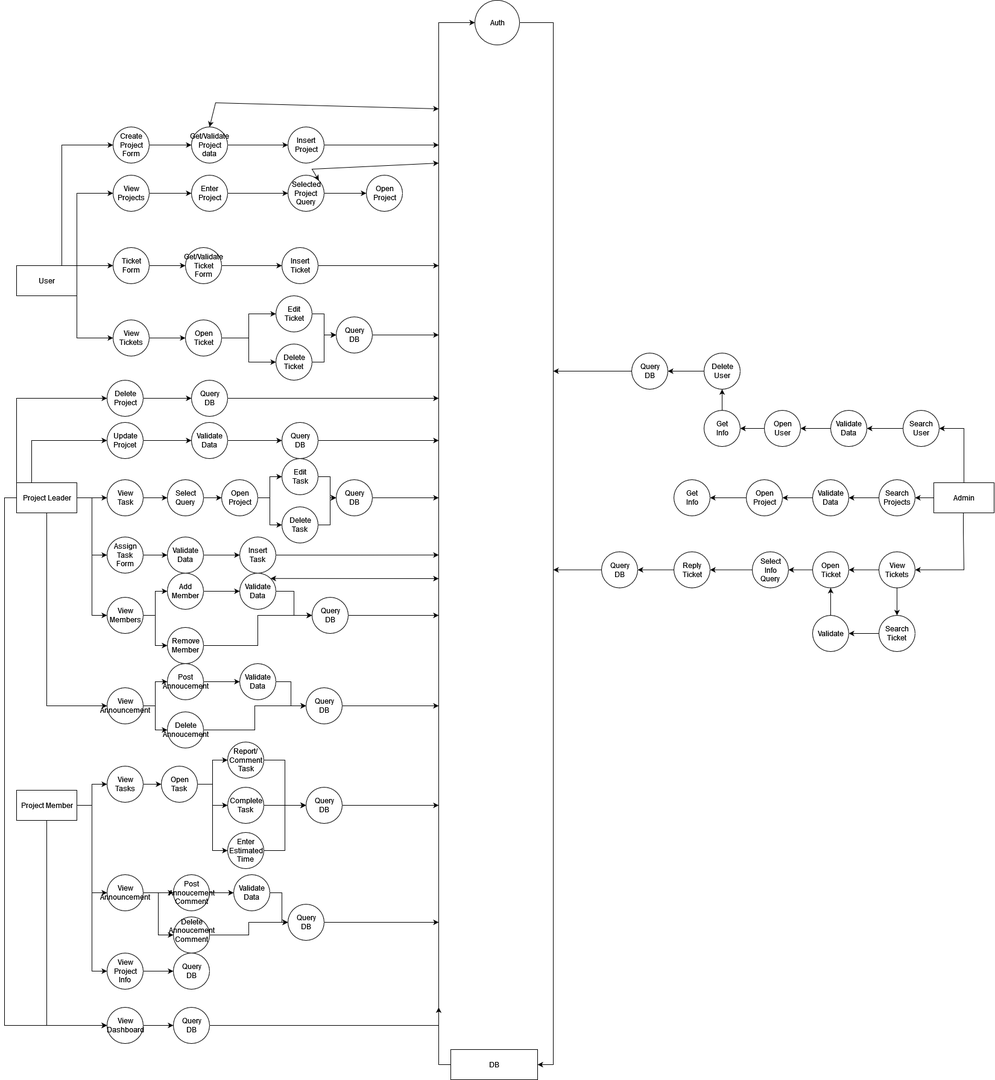
Before: Diagrams/Data Flow Diagrams/DFD-level2.png, a diagram exported from draw.io (KevinHoxhalli/Group4). Source tidied: cells renumbered, new cells last; positions are measured from the earlier drawing's top-left corner, leaving out a move shared by most shapes.
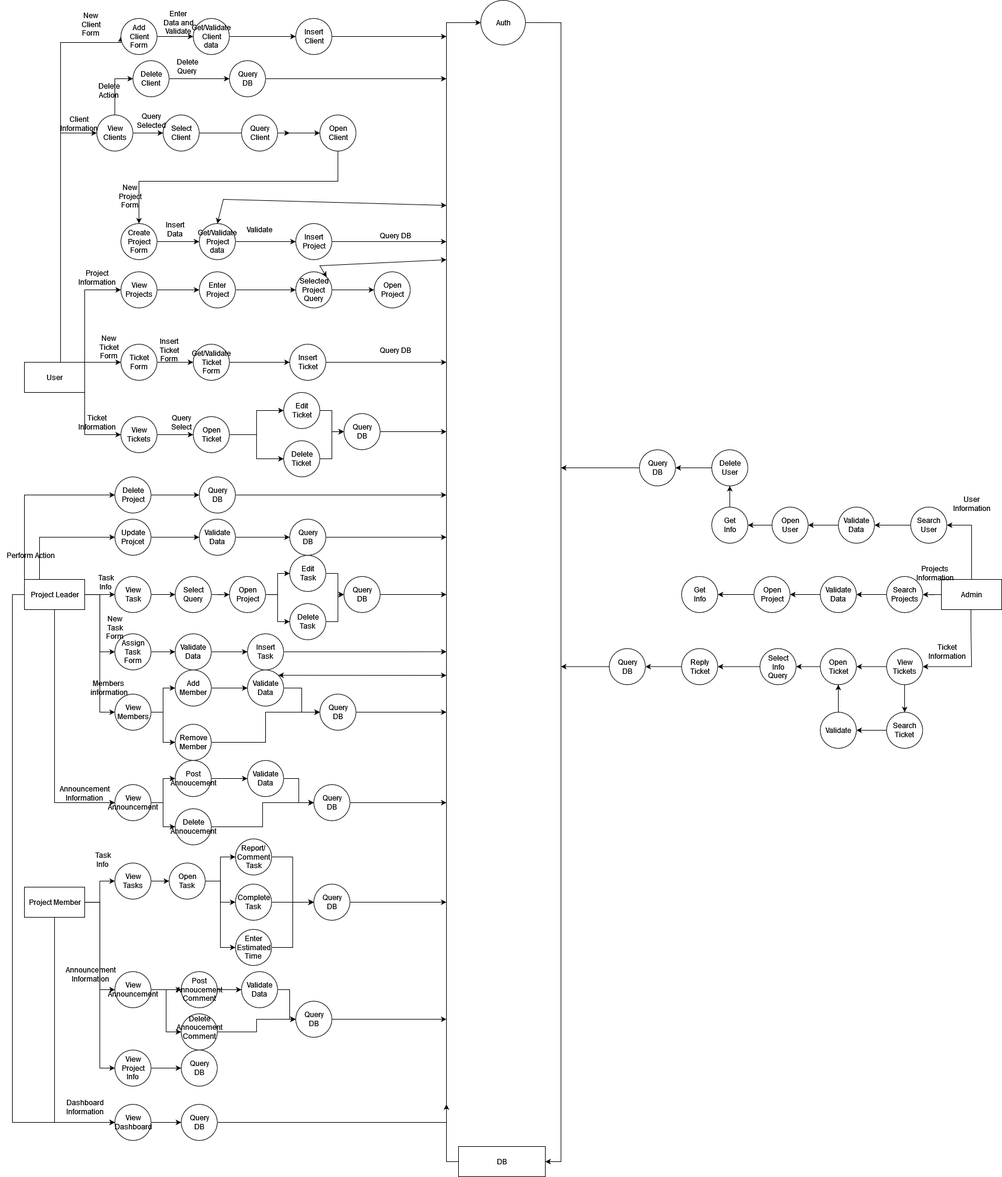
The same file after the commit.

Change to the diagram source:
```diff
@@ -53,6 +53,21 @@
     <mxCell id="12" style="edgeStyle=orthogonalEdgeStyle;rounded=0;jettySize=auto;html=1;exitX=1;exitY=1;exitDx=0;exitDy=0;entryX=0;entryY=0.5;entryDx=0;entryDy=0;" parent="1" edge="1" source="13" target="35">
       <mxGeometry relative="1" as="geometry" />
     </mxCell>
+    <mxCell id="178" style="edgeStyle=orthogonalEdgeStyle;rounded=0;jettySize=auto;html=1;entryX=0;entryY=0.5;entryDx=0;entryDy=0;" parent="1" edge="1" source="13" target="181">
+      <mxGeometry relative="1" as="geometry">
+        <Array as="points">
+          <mxPoint x="80" y="-90" />
+          <mxPoint x="180" y="-90" />
+        </Array>
+      </mxGeometry>
+    </mxCell>
+    <mxCell id="179" style="edgeStyle=orthogonalEdgeStyle;rounded=0;jettySize=auto;html=1;entryX=0;entryY=0.5;entryDx=0;entryDy=0;" parent="1" edge="1" source="13" target="188">
+      <mxGeometry relative="1" as="geometry">
+        <Array as="points">
+          <mxPoint x="80" y="60" />
+        </Array>
+      </mxGeometry>
+    </mxCell>
     <mxCell id="13" value="User" style="html=1;dashed=0;whitespace=wrap;" parent="1" vertex="1">
       <mxGeometry x="20" y="440" width="100" height="50" as="geometry" />
     </mxCell>
@@ -96,7 +111,7 @@
       <mxGeometry relative="1" as="geometry">
         <Array as="points">
           <mxPoint x="720" y="1765" />
-          <mxPoint x="720" y="37" />
+          <mxPoint x="720" y="-123" />
         </Array>
       </mxGeometry>
     </mxCell>
@@ -106,13 +121,13 @@
     <mxCell id="25" style="edgeStyle=orthogonalEdgeStyle;rounded=0;jettySize=auto;html=1;exitX=1;exitY=0.5;exitDx=0;exitDy=0;entryX=1;entryY=0.5;entryDx=0;entryDy=0;" parent="1" edge="1" source="26" target="24">
       <mxGeometry relative="1" as="geometry">
         <Array as="points">
-          <mxPoint x="910" y="37" />
+          <mxPoint x="910" y="-123" />
           <mxPoint x="910" y="1765" />
         </Array>
       </mxGeometry>
     </mxCell>
     <mxCell id="26" value="Auth" style="shape=ellipse;html=1;dashed=0;whitespace=wrap;perimeter=ellipsePerimeter;" parent="1" vertex="1">
-      <mxGeometry x="780" width="74" height="74" as="geometry" />
+      <mxGeometry x="777" y="-160" width="74" height="74" as="geometry" />
     </mxCell>
     <mxCell id="27" style="edgeStyle=orthogonalEdgeStyle;rounded=0;jettySize=auto;html=1;" parent="1" edge="1" source="28" target="43">
       <mxGeometry relative="1" as="geometry" />
@@ -120,13 +135,6 @@
     <mxCell id="28" value="&lt;div&gt;Create&lt;/div&gt;&lt;div&gt;Project&lt;br&gt;&lt;/div&gt;&lt;div&gt;Form&lt;br&gt;&lt;/div&gt;" style="shape=ellipse;html=1;dashed=0;whitespace=wrap;perimeter=ellipsePerimeter;" parent="1" vertex="1">
       <mxGeometry x="180" y="210" width="60" height="60" as="geometry" />
     </mxCell>
-    <mxCell id="29" style="endArrow=classic;html=1;rounded=0;exitX=0.75;exitY=0;exitDx=0;exitDy=0;entryX=0;entryY=0.5;entryDx=0;entryDy=0;" parent="1" edge="1" source="13" target="28">
-      <mxGeometry relative="1" as="geometry">
-        <Array as="points">
-          <mxPoint x="95" y="240" />
-        </Array>
-      </mxGeometry>
-    </mxCell>
     <mxCell id="30" style="edgeStyle=orthogonalEdgeStyle;rounded=0;jettySize=auto;html=1;entryX=0;entryY=0.5;entryDx=0;entryDy=0;" parent="1" edge="1" source="31" target="37">
       <mxGeometry relative="1" as="geometry" />
     </mxCell>
@@ -616,5 +624,157 @@
     <mxCell id="177" value="&lt;div&gt;Query&lt;/div&gt;&lt;div&gt;DB&lt;br&gt;&lt;/div&gt;" style="shape=ellipse;html=1;dashed=0;whitespace=wrap;perimeter=ellipsePerimeter;" parent="1" vertex="1">
       <mxGeometry x="990" y="914.5" width="60" height="60" as="geometry" />
     </mxCell>
+    <mxCell id="180" style="edgeStyle=orthogonalEdgeStyle;rounded=0;jettySize=auto;html=1;" parent="1" edge="1" source="181" target="183">
+      <mxGeometry relative="1" as="geometry" />
+    </mxCell>
+    <mxCell id="181" value="&lt;div&gt;Add&lt;/div&gt;&lt;div&gt;Client&lt;/div&gt;&lt;div&gt;Form&lt;br&gt;&lt;/div&gt;" style="shape=ellipse;html=1;dashed=0;whitespace=wrap;perimeter=ellipsePerimeter;" parent="1" vertex="1">
+      <mxGeometry x="180" y="-130" width="60" height="60" as="geometry" />
+    </mxCell>
+    <mxCell id="182" style="edgeStyle=orthogonalEdgeStyle;rounded=0;jettySize=auto;html=1;" parent="1" edge="1" source="183" target="185">
+      <mxGeometry relative="1" as="geometry" />
+    </mxCell>
+    <mxCell id="183" value="&lt;div&gt;Get/Validate&lt;/div&gt;&lt;div&gt;Client&lt;/div&gt;&lt;div&gt;data&lt;br&gt;&lt;/div&gt;" style="shape=ellipse;html=1;dashed=0;whitespace=wrap;perimeter=ellipsePerimeter;" parent="1" vertex="1">
+      <mxGeometry x="300" y="-130" width="60" height="60" as="geometry" />
+    </mxCell>
+    <mxCell id="184" style="edgeStyle=orthogonalEdgeStyle;rounded=0;jettySize=auto;html=1;" parent="1" edge="1" source="185">
+      <mxGeometry relative="1" as="geometry">
+        <mxPoint x="720" y="-100" as="targetPoint" />
+      </mxGeometry>
+    </mxCell>
+    <mxCell id="185" value="&lt;div&gt;Insert&lt;/div&gt;&lt;div&gt;Client&lt;br&gt;&lt;/div&gt;" style="shape=ellipse;html=1;dashed=0;whitespace=wrap;perimeter=ellipsePerimeter;" parent="1" vertex="1">
+      <mxGeometry x="470" y="-130" width="60" height="60" as="geometry" />
+    </mxCell>
+    <mxCell id="186" style="edgeStyle=orthogonalEdgeStyle;rounded=0;jettySize=auto;html=1;entryX=0;entryY=0.5;entryDx=0;entryDy=0;" parent="1" edge="1" source="188" target="190">
+      <mxGeometry relative="1" as="geometry" />
+    </mxCell>
+    <mxCell id="187" style="edgeStyle=orthogonalEdgeStyle;rounded=0;jettySize=auto;html=1;entryX=0;entryY=0.5;entryDx=0;entryDy=0;" parent="1" edge="1" source="188" target="197">
+      <mxGeometry relative="1" as="geometry" />
+    </mxCell>
+    <mxCell id="188" value="&lt;div&gt;View&lt;/div&gt;&lt;div&gt;Clients&lt;br&gt;&lt;/div&gt;" style="shape=ellipse;html=1;dashed=0;whitespace=wrap;perimeter=ellipsePerimeter;" parent="1" vertex="1">
+      <mxGeometry x="140" y="30" width="60" height="60" as="geometry" />
+    </mxCell>
+    <mxCell id="189" style="edgeStyle=orthogonalEdgeStyle;rounded=0;jettySize=auto;html=1;entryX=0;entryY=0.5;entryDx=0;entryDy=0;startArrow=none;" parent="1" edge="1" source="194">
+      <mxGeometry relative="1" as="geometry">
+        <mxPoint x="460" y="60" as="targetPoint" />
+      </mxGeometry>
+    </mxCell>
+    <mxCell id="190" value="&lt;div&gt;Select&lt;br&gt;&lt;/div&gt;&lt;div&gt;Client&lt;br&gt;&lt;/div&gt;" style="shape=ellipse;html=1;dashed=0;whitespace=wrap;perimeter=ellipsePerimeter;" parent="1" vertex="1">
+      <mxGeometry x="250" y="30" width="60" height="60" as="geometry" />
+    </mxCell>
+    <mxCell id="191" style="edgeStyle=orthogonalEdgeStyle;rounded=0;jettySize=auto;html=1;entryX=0;entryY=0.5;entryDx=0;entryDy=0;" parent="1" edge="1" source="194" target="193">
+      <mxGeometry relative="1" as="geometry" />
+    </mxCell>
+    <mxCell id="192" style="edgeStyle=orthogonalEdgeStyle;rounded=0;jettySize=auto;html=1;entryX=0.5;entryY=0;entryDx=0;entryDy=0;exitX=0.5;exitY=1;exitDx=0;exitDy=0;" parent="1" edge="1" source="193" target="28">
+      <mxGeometry relative="1" as="geometry">
+        <Array as="points">
+          <mxPoint x="540" y="140" />
+          <mxPoint x="210" y="140" />
+        </Array>
+      </mxGeometry>
+    </mxCell>
+    <mxCell id="193" value="&lt;div&gt;Open&lt;/div&gt;&lt;div&gt;Client&lt;br&gt;&lt;/div&gt;" style="shape=ellipse;html=1;dashed=0;whitespace=wrap;perimeter=ellipsePerimeter;" parent="1" vertex="1">
+      <mxGeometry x="510" y="30" width="60" height="60" as="geometry" />
+    </mxCell>
+    <mxCell id="194" value="&lt;div&gt;Query&lt;/div&gt;&lt;div&gt;Client&lt;br&gt;&lt;/div&gt;" style="shape=ellipse;html=1;dashed=0;whitespace=wrap;perimeter=ellipsePerimeter;" parent="1" vertex="1">
+      <mxGeometry x="380" y="30" width="60" height="60" as="geometry" />
+    </mxCell>
+    <mxCell id="195" style="edgeStyle=orthogonalEdgeStyle;rounded=0;jettySize=auto;html=1;entryX=0;entryY=0.5;entryDx=0;entryDy=0;endArrow=none;" parent="1" edge="1" source="190" target="194">
+      <mxGeometry relative="1" as="geometry" />
+    </mxCell>
+    <mxCell id="196" style="edgeStyle=orthogonalEdgeStyle;rounded=0;jettySize=auto;html=1;" parent="1" edge="1" source="197" target="199">
+      <mxGeometry relative="1" as="geometry" />
+    </mxCell>
+    <mxCell id="197" value="&lt;div&gt;Delete&lt;/div&gt;&lt;div&gt;Client&lt;br&gt;&lt;/div&gt;" style="shape=ellipse;html=1;dashed=0;whitespace=wrap;perimeter=ellipsePerimeter;" parent="1" vertex="1">
+      <mxGeometry x="200" y="-60" width="60" height="60" as="geometry" />
+    </mxCell>
+    <mxCell id="198" style="edgeStyle=orthogonalEdgeStyle;rounded=0;jettySize=auto;html=1;" parent="1" edge="1" source="199">
+      <mxGeometry relative="1" as="geometry">
+        <mxPoint x="720" y="-30" as="targetPoint" />
+      </mxGeometry>
+    </mxCell>
+    <mxCell id="199" value="&lt;div&gt;Query&lt;/div&gt;&lt;div&gt;DB&lt;br&gt;&lt;/div&gt;" style="shape=ellipse;html=1;dashed=0;whitespace=wrap;perimeter=ellipsePerimeter;" parent="1" vertex="1">
+      <mxGeometry x="360" y="-60" width="60" height="60" as="geometry" />
+    </mxCell>
+    <mxCell id="200" value="&lt;div&gt;Client&lt;/div&gt;&lt;div&gt;Information&lt;br&gt;&lt;/div&gt;" style="text;html=1;align=center;verticalAlign=middle;strokeColor=none;fillColor=none;" parent="1" vertex="1">
+      <mxGeometry x="70" y="30" width="80" height="30" as="geometry" />
+    </mxCell>
+    <mxCell id="201" value="&lt;div&gt;New&lt;/div&gt;&lt;div&gt;Client&lt;/div&gt;&lt;div&gt;Form&lt;br&gt;&lt;/div&gt;" style="text;html=1;align=center;verticalAlign=middle;strokeColor=none;fillColor=none;" parent="1" vertex="1">
+      <mxGeometry x="105" y="-145" width="50" height="50" as="geometry" />
+    </mxCell>
+    <mxCell id="202" value="&lt;div&gt;Enter&lt;/div&gt;&lt;div&gt;Data and&lt;/div&gt;&lt;div&gt;Validate&lt;br&gt;&lt;/div&gt;" style="text;html=1;align=center;verticalAlign=middle;strokeColor=none;fillColor=none;" parent="1" vertex="1">
+      <mxGeometry x="240" y="-148" width="70" height="50" as="geometry" />
+    </mxCell>
+    <mxCell id="203" value="&lt;div&gt;Query&lt;/div&gt;&lt;div&gt;Selected&lt;br&gt;&lt;/div&gt;" style="text;html=1;align=center;verticalAlign=middle;strokeColor=none;fillColor=none;" parent="1" vertex="1">
+      <mxGeometry x="200" y="25" width="60" height="30" as="geometry" />
+    </mxCell>
+    <mxCell id="204" value="&lt;div&gt;Delete&lt;/div&gt;&lt;div&gt;Action&lt;br&gt;&lt;/div&gt;" style="text;html=1;align=center;verticalAlign=middle;strokeColor=none;fillColor=none;" parent="1" vertex="1">
+      <mxGeometry x="135" y="-25" width="50" height="30" as="geometry" />
+    </mxCell>
+    <mxCell id="205" value="&lt;div&gt;Delete&lt;/div&gt;&lt;div&gt;Query&lt;br&gt;&lt;/div&gt;" style="text;html=1;align=center;verticalAlign=middle;strokeColor=none;fillColor=none;" parent="1" vertex="1">
+      <mxGeometry x="265" y="-65" width="50" height="30" as="geometry" />
+    </mxCell>
+    <mxCell id="206" value="&lt;div&gt;New&lt;/div&gt;&lt;div&gt;Project&lt;/div&gt;&lt;div&gt;Form&lt;br&gt;&lt;/div&gt;" style="text;html=1;align=center;verticalAlign=middle;strokeColor=none;fillColor=none;" parent="1" vertex="1">
+      <mxGeometry x="170" y="140" width="50" height="50" as="geometry" />
+    </mxCell>
+    <mxCell id="207" value="&lt;div&gt;Insert&lt;/div&gt;&lt;div&gt;Data&lt;br&gt;&lt;/div&gt;" style="text;html=1;align=center;verticalAlign=middle;strokeColor=none;fillColor=none;" parent="1" vertex="1">
+      <mxGeometry x="245" y="205" width="50" height="30" as="geometry" />
+    </mxCell>
+    <mxCell id="208" value="Validate" style="text;html=1;align=center;verticalAlign=middle;strokeColor=none;fillColor=none;" parent="1" vertex="1">
+      <mxGeometry x="380" y="210" width="60" height="20" as="geometry" />
+    </mxCell>
+    <mxCell id="209" value="Query DB" style="text;html=1;align=center;verticalAlign=middle;strokeColor=none;fillColor=none;" parent="1" vertex="1">
+      <mxGeometry x="600" y="220" width="70" height="20" as="geometry" />
+    </mxCell>
+    <mxCell id="210" value="&lt;div&gt;Project&lt;/div&gt;&lt;div&gt;Information&lt;br&gt;&lt;/div&gt;" style="text;html=1;align=center;verticalAlign=middle;strokeColor=none;fillColor=none;" parent="1" vertex="1">
+      <mxGeometry x="100" y="285" width="80" height="30" as="geometry" />
+    </mxCell>
+    <mxCell id="211" value="&lt;div&gt;New&lt;br&gt;&lt;/div&gt;&lt;div&gt;Ticket&lt;/div&gt;&lt;div&gt;Form&lt;br&gt;&lt;/div&gt;" style="text;html=1;align=center;verticalAlign=middle;strokeColor=none;fillColor=none;" parent="1" vertex="1">
+      <mxGeometry x="135" y="390" width="50" height="50" as="geometry" />
+    </mxCell>
+    <mxCell id="212" value="&lt;div&gt;Insert&lt;/div&gt;&lt;div&gt;Ticket&lt;/div&gt;&lt;div&gt;Form&lt;br&gt;&lt;/div&gt;" style="text;html=1;align=center;verticalAlign=middle;strokeColor=none;fillColor=none;" parent="1" vertex="1">
+      <mxGeometry x="235" y="395" width="50" height="50" as="geometry" />
+    </mxCell>
+    <mxCell id="213" value="Query DB" style="text;html=1;align=center;verticalAlign=middle;strokeColor=none;fillColor=none;" parent="1" vertex="1">
+      <mxGeometry x="600" y="410" width="70" height="20" as="geometry" />
+    </mxCell>
+    <mxCell id="214" value="&lt;div&gt;Ticket&lt;/div&gt;&lt;div&gt;Information&lt;br&gt;&lt;/div&gt;" style="text;html=1;align=center;verticalAlign=middle;strokeColor=none;fillColor=none;" parent="1" vertex="1">
+      <mxGeometry x="100" y="525" width="80" height="30" as="geometry" />
+    </mxCell>
+    <mxCell id="215" value="&lt;div&gt;Query&lt;/div&gt;&lt;div&gt;Select&lt;br&gt;&lt;/div&gt;" style="text;html=1;align=center;verticalAlign=middle;strokeColor=none;fillColor=none;" parent="1" vertex="1">
+      <mxGeometry x="255" y="525" width="50" height="30" as="geometry" />
+    </mxCell>
+    <mxCell id="216" value="Perform Action" style="text;html=1;align=center;verticalAlign=middle;strokeColor=none;fillColor=none;" parent="1" vertex="1">
+      <mxGeometry x="-20" y="750" width="100" height="20" as="geometry" />
+    </mxCell>
+    <mxCell id="217" value="&lt;div&gt;Task &lt;br&gt;&lt;/div&gt;&lt;div&gt;Info&lt;br&gt;&lt;/div&gt;" style="text;html=1;align=center;verticalAlign=middle;strokeColor=none;fillColor=none;" parent="1" vertex="1">
+      <mxGeometry x="135" y="790" width="40" height="30" as="geometry" />
+    </mxCell>
+    <mxCell id="218" value="&lt;div&gt;New&lt;/div&gt;&lt;div&gt;Task&lt;/div&gt;&lt;div&gt;Form&lt;br&gt;&lt;/div&gt;" style="text;html=1;align=center;verticalAlign=middle;strokeColor=none;fillColor=none;" parent="1" vertex="1">
+      <mxGeometry x="150" y="855" width="40" height="50" as="geometry" />
+    </mxCell>
+    <mxCell id="219" value="&lt;div&gt;Members &lt;br&gt;&lt;/div&gt;&lt;div&gt;information&lt;br&gt;&lt;/div&gt;" style="text;html=1;align=center;verticalAlign=middle;strokeColor=none;fillColor=none;" parent="1" vertex="1">
+      <mxGeometry x="120" y="965" width="80" height="30" as="geometry" />
+    </mxCell>
+    <mxCell id="220" value="&lt;div&gt;Announcement &lt;br&gt;&lt;/div&gt;&lt;div&gt;Information&lt;br&gt;&lt;/div&gt;" style="text;html=1;align=center;verticalAlign=middle;strokeColor=none;fillColor=none;" parent="1" vertex="1">
+      <mxGeometry x="70" y="1140" width="100" height="30" as="geometry" />
+    </mxCell>
+    <mxCell id="221" value="&lt;div&gt;Task &lt;br&gt;&lt;/div&gt;&lt;div&gt;Info&lt;br&gt;&lt;/div&gt;" style="text;html=1;align=center;verticalAlign=middle;strokeColor=none;fillColor=none;" parent="1" vertex="1">
+      <mxGeometry x="130" y="1250" width="40" height="30" as="geometry" />
+    </mxCell>
+    <mxCell id="222" value="&lt;div&gt;Announcement &lt;br&gt;&lt;/div&gt;&lt;div&gt;Information&lt;br&gt;&lt;/div&gt;" style="text;html=1;align=center;verticalAlign=middle;strokeColor=none;fillColor=none;" parent="1" vertex="1">
+      <mxGeometry x="80" y="1440" width="100" height="30" as="geometry" />
+    </mxCell>
+    <mxCell id="223" value="&lt;div&gt;Dashboard&lt;br&gt;&lt;/div&gt;&lt;div&gt;Information&lt;br&gt;&lt;/div&gt;" style="text;html=1;align=center;verticalAlign=middle;strokeColor=none;fillColor=none;" parent="1" vertex="1">
+      <mxGeometry x="80" y="1660" width="80" height="30" as="geometry" />
+    </mxCell>
+    <mxCell id="224" value="&lt;div&gt;User&lt;/div&gt;&lt;div&gt;Information&lt;br&gt;&lt;/div&gt;" style="text;html=1;align=center;verticalAlign=middle;strokeColor=none;fillColor=none;" parent="1" vertex="1">
+      <mxGeometry x="1551" y="660" width="80" height="30" as="geometry" />
+    </mxCell>
+    <mxCell id="225" value="&lt;div&gt;Projects&lt;/div&gt;&lt;div&gt;Information&lt;br&gt;&lt;/div&gt;" style="text;html=1;align=center;verticalAlign=middle;strokeColor=none;fillColor=none;" parent="1" vertex="1">
+      <mxGeometry x="1490" y="775" width="80" height="30" as="geometry" />
+    </mxCell>
+    <mxCell id="226" value="&lt;div&gt;Ticket&lt;/div&gt;&lt;div&gt;Information&lt;/div&gt;" style="text;html=1;align=center;verticalAlign=middle;strokeColor=none;fillColor=none;" parent="1" vertex="1">
+      <mxGeometry x="1510" y="905" width="80" height="30" as="geometry" />
+    </mxCell>
   </root>
 </mxGraphModel>
```
